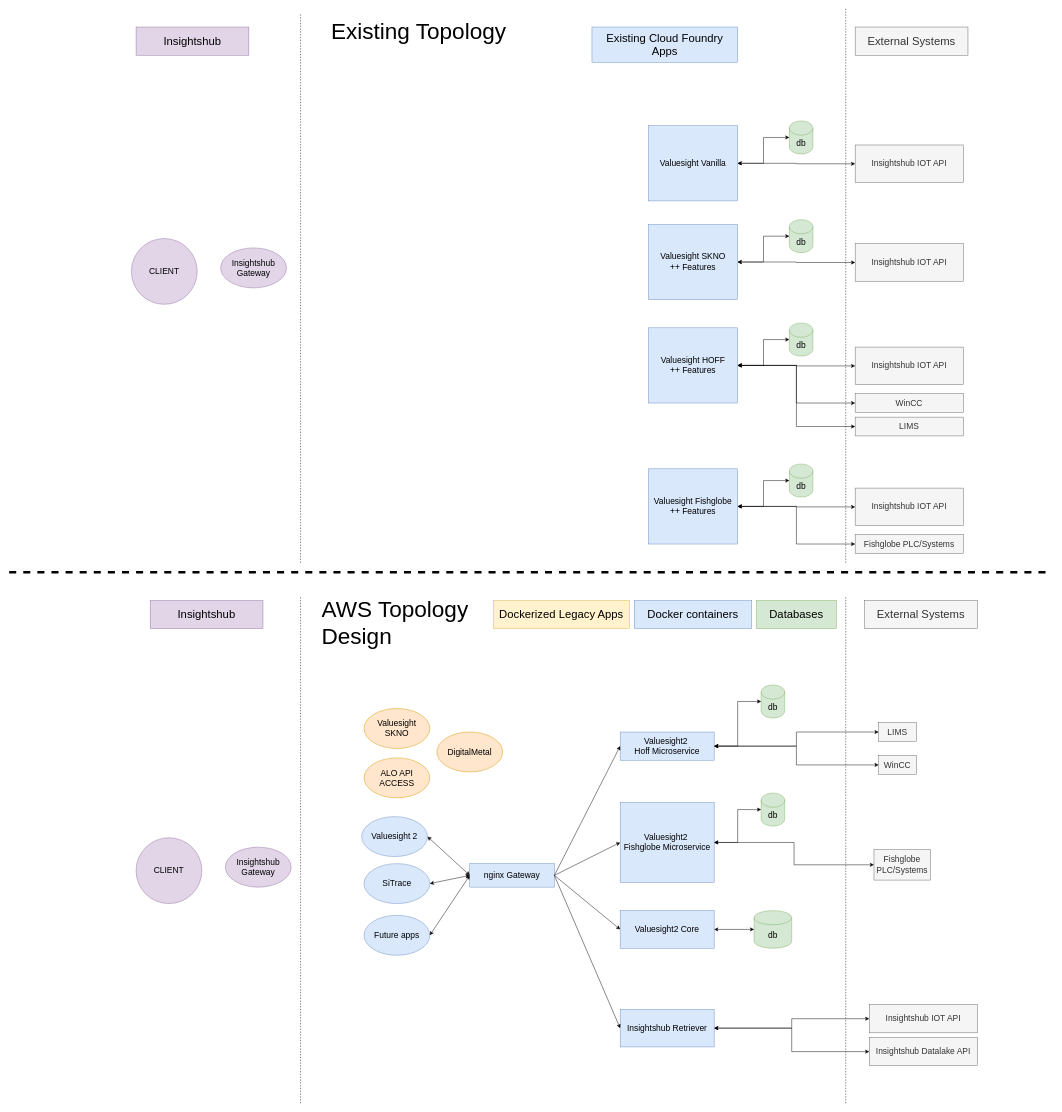
Before: aws topology.drawio in Ttislevoll/Ttislevoll, a draw.io diagram. Source tidied: cells renumbered, new cells numbered last; positions are measured from the earlier drawing's top-left corner, leaving out a move shared by most shapes. Both pictures are drawn from the tidied source at 47%, with x=0, y=0 at pixel (9, 8).
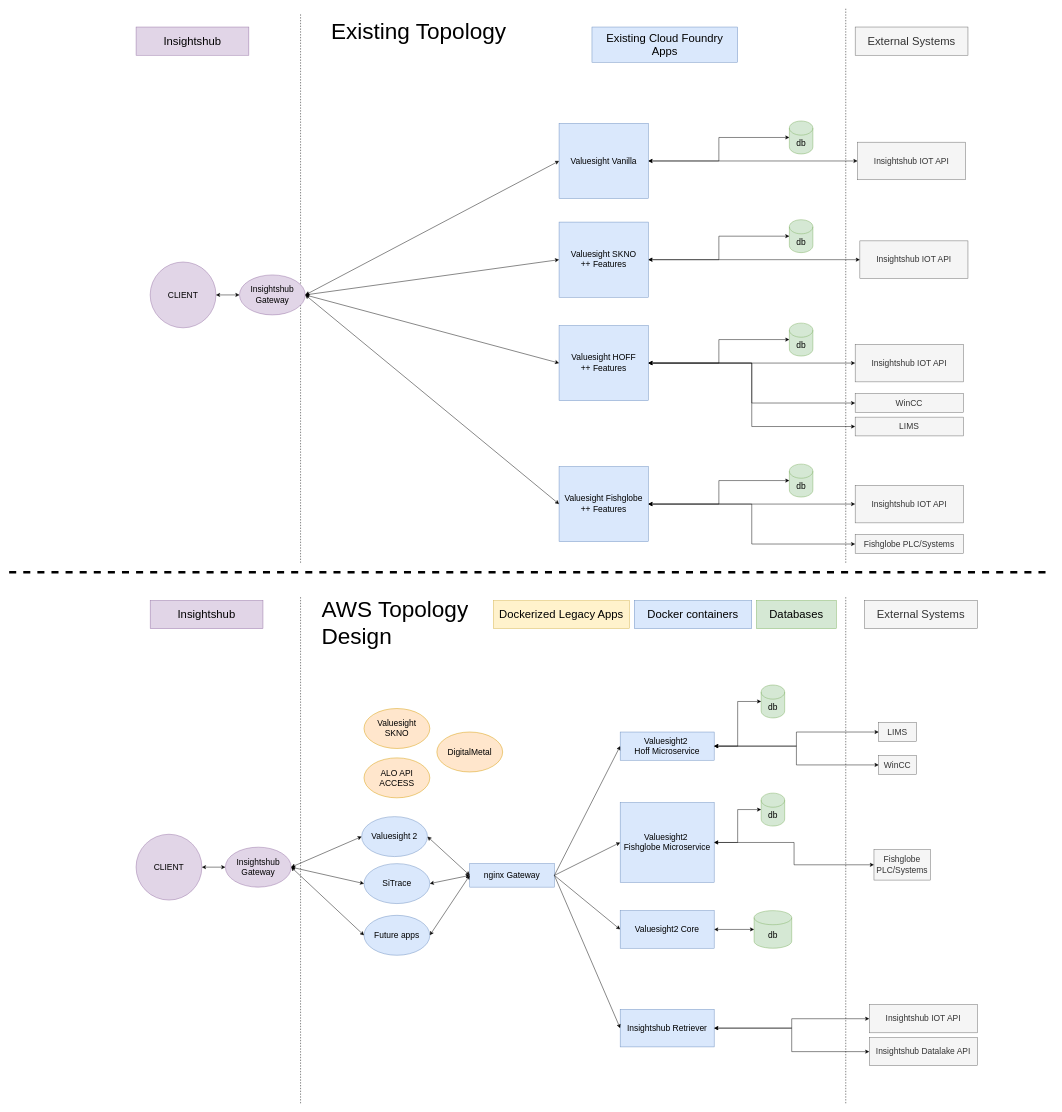
The same diagram, later.

Unchanged cells that the change refers to:
```xml
<mxCell id="6" value="&lt;div&gt;&lt;font style=&quot;font-size: 18px;&quot;&gt;Valuesight 2&lt;/font&gt;&lt;/div&gt;" style="ellipse;whiteSpace=wrap;html=1;fillColor=#dae8fc;strokeColor=#6c8ebf;" parent="1" vertex="1">
  <mxGeometry x="750" y="1720" width="140" height="85" as="geometry" />
</mxCell>
<mxCell id="26" value="&lt;div&gt;&lt;font style=&quot;font-size: 18px;&quot;&gt;Future apps&lt;br&gt;&lt;/font&gt;&lt;/div&gt;" style="ellipse;whiteSpace=wrap;html=1;fillColor=#dae8fc;strokeColor=#6c8ebf;" parent="1" vertex="1">
  <mxGeometry x="755" y="1930" width="140" height="85" as="geometry" />
</mxCell>
<mxCell id="27" value="&lt;div&gt;&lt;font style=&quot;font-size: 18px;&quot;&gt;SiTrace&lt;/font&gt;&lt;/div&gt;" style="ellipse;whiteSpace=wrap;html=1;fillColor=#dae8fc;strokeColor=#6c8ebf;" parent="1" vertex="1">
  <mxGeometry x="755" y="1820" width="140" height="85" as="geometry" />
</mxCell>
<mxCell id="42" value="&lt;div&gt;&lt;font style=&quot;font-size: 18px;&quot;&gt;Insightshub Gateway&lt;/font&gt;&lt;br&gt;&lt;/div&gt;" style="ellipse;whiteSpace=wrap;html=1;fillColor=#e1d5e7;strokeColor=#9673a6;" parent="1" vertex="1">
  <mxGeometry x="460" y="1785" width="140" height="85" as="geometry" />
</mxCell>
```

The edit, as a diff of the source:
```diff
@@
     <mxCell id="43" value="&lt;font style=&quot;font-size: 18px;&quot;&gt;CLIENT&lt;/font&gt;" style="ellipse;whiteSpace=wrap;html=1;fillColor=#e1d5e7;strokeColor=#9673a6;" parent="1" vertex="1">
-      <mxGeometry x="270" y="1765" width="140" height="140" as="geometry" />
+      <mxGeometry x="270" y="1757.5" width="140" height="140" as="geometry" />
     </mxCell>
@@
     <mxCell id="48" value="&lt;div&gt;&lt;font style=&quot;font-size: 18px;&quot;&gt;Valuesight Vanilla&lt;br&gt;&lt;/font&gt;&lt;/div&gt;" style="rounded=0;whiteSpace=wrap;html=1;fillColor=#dae8fc;strokeColor=#6c8ebf;" parent="1" vertex="1">
-      <mxGeometry x="1360" y="250" width="190" height="160" as="geometry" />
+      <mxGeometry x="1170" y="245" width="190" height="160" as="geometry" />
     </mxCell>
@@
     <mxCell id="50" value="&lt;br&gt;&lt;font style=&quot;font-size: 18px;&quot;&gt;Insightshub IOT API&lt;/font&gt;&lt;div&gt;&lt;br/&gt;&lt;/div&gt;" style="rounded=0;whiteSpace=wrap;html=1;fillColor=#f5f5f5;fontColor=#333333;strokeColor=#666666;" parent="1" vertex="1">
-      <mxGeometry x="1800" y="291" width="230" height="80" as="geometry" />
+      <mxGeometry x="1805" y="285" width="230" height="80" as="geometry" />
     </mxCell>
@@
     <mxCell id="55" value="&lt;div&gt;&lt;font style=&quot;font-size: 18px;&quot;&gt;Valuesight SKNO&lt;/font&gt;&lt;/div&gt;&lt;div&gt;&lt;font style=&quot;font-size: 18px;&quot;&gt;++ Features&lt;br&gt;&lt;/font&gt;&lt;/div&gt;" style="rounded=0;whiteSpace=wrap;html=1;fillColor=#dae8fc;strokeColor=#6c8ebf;" parent="1" vertex="1">
-      <mxGeometry x="1360" y="460" width="190" height="160" as="geometry" />
+      <mxGeometry x="1170" y="455" width="190" height="160" as="geometry" />
     </mxCell>
@@
     <mxCell id="57" value="&lt;br&gt;&lt;font style=&quot;font-size: 18px;&quot;&gt;Insightshub IOT API&lt;/font&gt;&lt;div&gt;&lt;br/&gt;&lt;/div&gt;" style="rounded=0;whiteSpace=wrap;html=1;fillColor=#f5f5f5;fontColor=#333333;strokeColor=#666666;" parent="1" vertex="1">
-      <mxGeometry x="1800" y="501" width="230" height="80" as="geometry" />
+      <mxGeometry x="1810" y="495" width="230" height="80" as="geometry" />
     </mxCell>
@@
     <mxCell id="60" value="&lt;div&gt;&lt;font style=&quot;font-size: 18px;&quot;&gt;Valuesight HOFF&lt;/font&gt;&lt;/div&gt;&lt;div&gt;&lt;font style=&quot;font-size: 18px;&quot;&gt;++ Features&lt;br&gt;&lt;/font&gt;&lt;/div&gt;" style="rounded=0;whiteSpace=wrap;html=1;fillColor=#dae8fc;strokeColor=#6c8ebf;" parent="1" vertex="1">
-      <mxGeometry x="1360" y="680" width="190" height="160" as="geometry" />
+      <mxGeometry x="1170" y="675" width="190" height="160" as="geometry" />
     </mxCell>
@@
     <mxCell id="62" value="&lt;br&gt;&lt;font style=&quot;font-size: 18px;&quot;&gt;Insightshub IOT API&lt;/font&gt;&lt;div&gt;&lt;br/&gt;&lt;/div&gt;" style="rounded=0;whiteSpace=wrap;html=1;fillColor=#f5f5f5;fontColor=#333333;strokeColor=#666666;" parent="1" vertex="1">
-      <mxGeometry x="1800" y="721" width="230" height="80" as="geometry" />
+      <mxGeometry x="1800" y="715" width="230" height="80" as="geometry" />
     </mxCell>
@@
     <mxCell id="69" value="&lt;div&gt;&lt;font style=&quot;font-size: 18px;&quot;&gt;Valuesight Fishglobe&lt;/font&gt;&lt;/div&gt;&lt;div&gt;&lt;font style=&quot;font-size: 18px;&quot;&gt;++ Features&lt;br&gt;&lt;/font&gt;&lt;/div&gt;" style="rounded=0;whiteSpace=wrap;html=1;fillColor=#dae8fc;strokeColor=#6c8ebf;" parent="1" vertex="1">
-      <mxGeometry x="1360" y="980" width="190" height="160" as="geometry" />
+      <mxGeometry x="1170" y="975" width="190" height="160" as="geometry" />
     </mxCell>
@@
     <mxCell id="71" value="&lt;br&gt;&lt;font style=&quot;font-size: 18px;&quot;&gt;Insightshub IOT API&lt;/font&gt;&lt;div&gt;&lt;br/&gt;&lt;/div&gt;" style="rounded=0;whiteSpace=wrap;html=1;fillColor=#f5f5f5;fontColor=#333333;strokeColor=#666666;" parent="1" vertex="1">
-      <mxGeometry x="1800" y="1021" width="230" height="80" as="geometry" />
+      <mxGeometry x="1800" y="1015" width="230" height="80" as="geometry" />
     </mxCell>
@@
-    <mxCell id="76" value="&lt;div&gt;&lt;font style=&quot;font-size: 18px;&quot;&gt;Insightshub Gateway&lt;/font&gt;&lt;br&gt;&lt;/div&gt;" style="ellipse;whiteSpace=wrap;html=1;fillColor=#e1d5e7;strokeColor=#9673a6;" parent="1" vertex="1">
-      <mxGeometry x="450" y="510" width="140" height="85" as="geometry" />
-    </mxCell>
-    <mxCell id="77" value="&lt;font style=&quot;font-size: 18px;&quot;&gt;CLIENT&lt;/font&gt;" style="ellipse;whiteSpace=wrap;html=1;fillColor=#e1d5e7;strokeColor=#9673a6;" parent="1" vertex="1">
-      <mxGeometry x="260" y="490" width="140" height="140" as="geometry" />
-    </mxCell>
@@
+    <mxCell id="81" style="endArrow=classic;startArrow=classic;html=1;rounded=0;exitX=1;exitY=0.5;exitDx=0;exitDy=0;entryX=0;entryY=0.5;entryDx=0;entryDy=0;" parent="1" edge="1" source="42" target="6">
+      <mxGeometry relative="1" as="geometry" />
+    </mxCell>
+    <mxCell id="82" style="endArrow=classic;startArrow=classic;html=1;rounded=0;exitX=1;exitY=0.5;exitDx=0;exitDy=0;entryX=0;entryY=0.5;entryDx=0;entryDy=0;" parent="1" edge="1" source="42" target="27">
+      <mxGeometry relative="1" as="geometry" />
+    </mxCell>
+    <mxCell id="83" style="endArrow=classic;startArrow=classic;html=1;rounded=0;exitX=1;exitY=0.5;exitDx=0;exitDy=0;entryX=0;entryY=0.5;entryDx=0;entryDy=0;" parent="1" edge="1" source="42" target="26">
+      <mxGeometry relative="1" as="geometry" />
+    </mxCell>
+    <mxCell id="84" style="endArrow=classic;startArrow=classic;html=1;rounded=0;exitX=1;exitY=0.5;exitDx=0;exitDy=0;entryX=0;entryY=0.5;entryDx=0;entryDy=0;" parent="1" edge="1" source="43" target="42">
+      <mxGeometry relative="1" as="geometry" />
+    </mxCell>
+    <mxCell id="76" value="&lt;div&gt;&lt;font style=&quot;font-size: 18px;&quot;&gt;Insightshub Gateway&lt;/font&gt;&lt;br&gt;&lt;/div&gt;" style="ellipse;whiteSpace=wrap;html=1;fillColor=#e1d5e7;strokeColor=#9673a6;" parent="1" vertex="1">
+      <mxGeometry x="490" y="567.5" width="140" height="85" as="geometry" />
+    </mxCell>
+    <mxCell id="77" value="&lt;font style=&quot;font-size: 18px;&quot;&gt;CLIENT&lt;/font&gt;" style="ellipse;whiteSpace=wrap;html=1;fillColor=#e1d5e7;strokeColor=#9673a6;" parent="1" vertex="1">
+      <mxGeometry x="300" y="540" width="140" height="140" as="geometry" />
+    </mxCell>
+    <mxCell id="85" style="endArrow=classic;startArrow=classic;html=1;rounded=0;exitX=1;exitY=0.5;exitDx=0;exitDy=0;entryX=0;entryY=0.5;entryDx=0;entryDy=0;" parent="1" edge="1" source="76" target="48">
+      <mxGeometry relative="1" as="geometry" />
+    </mxCell>
+    <mxCell id="86" style="endArrow=classic;startArrow=classic;html=1;rounded=0;exitX=1;exitY=0.5;exitDx=0;exitDy=0;entryX=0;entryY=0.5;entryDx=0;entryDy=0;" parent="1" edge="1" source="76" target="55">
+      <mxGeometry relative="1" as="geometry" />
+    </mxCell>
+    <mxCell id="87" style="endArrow=classic;startArrow=classic;html=1;rounded=0;exitX=1;exitY=0.5;exitDx=0;exitDy=0;entryX=0;entryY=0.5;entryDx=0;entryDy=0;" parent="1" edge="1" source="76" target="60">
+      <mxGeometry relative="1" as="geometry" />
+    </mxCell>
+    <mxCell id="88" style="endArrow=classic;startArrow=classic;html=1;rounded=0;exitX=1;exitY=0.5;exitDx=0;exitDy=0;entryX=0;entryY=0.5;entryDx=0;entryDy=0;" parent="1" edge="1" source="77" target="76">
+      <mxGeometry relative="1" as="geometry" />
+    </mxCell>
+    <mxCell id="89" style="endArrow=classic;startArrow=classic;html=1;rounded=0;exitX=1;exitY=0.5;exitDx=0;exitDy=0;entryX=0;entryY=0.5;entryDx=0;entryDy=0;" parent="1" edge="1" source="76" target="69">
+      <mxGeometry relative="1" as="geometry" />
+    </mxCell>
```
